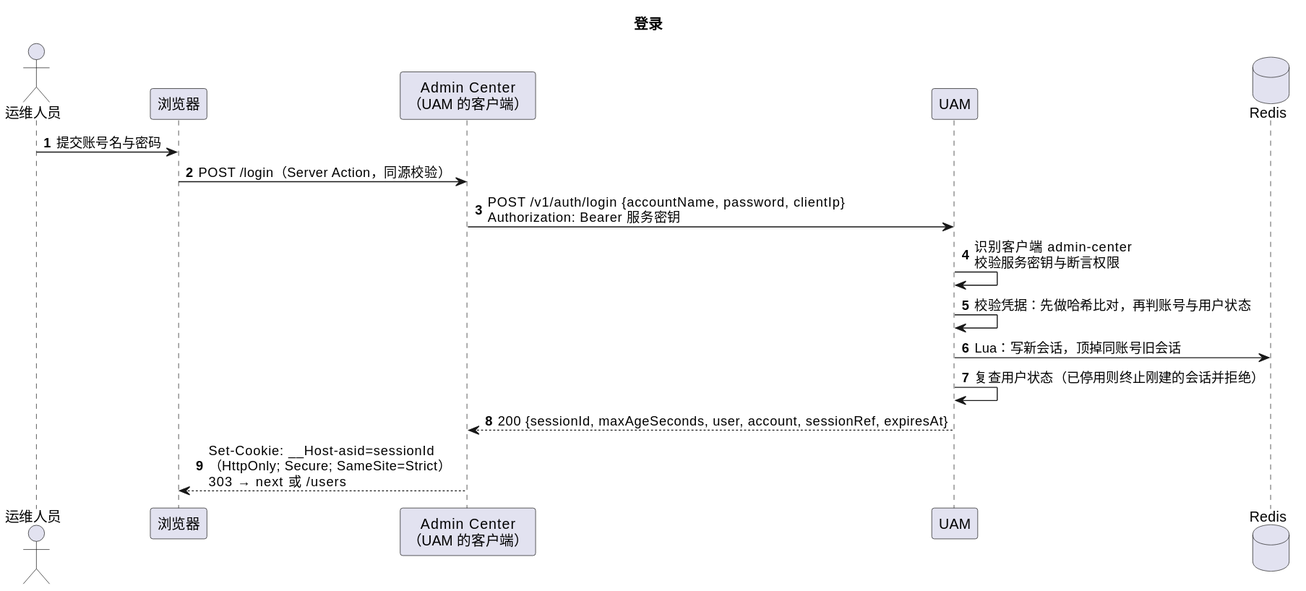
Earlier version of the PlantUML export docs/system-design/diagrams/seq-login.svg (xiayy860612/tech-toolkit).
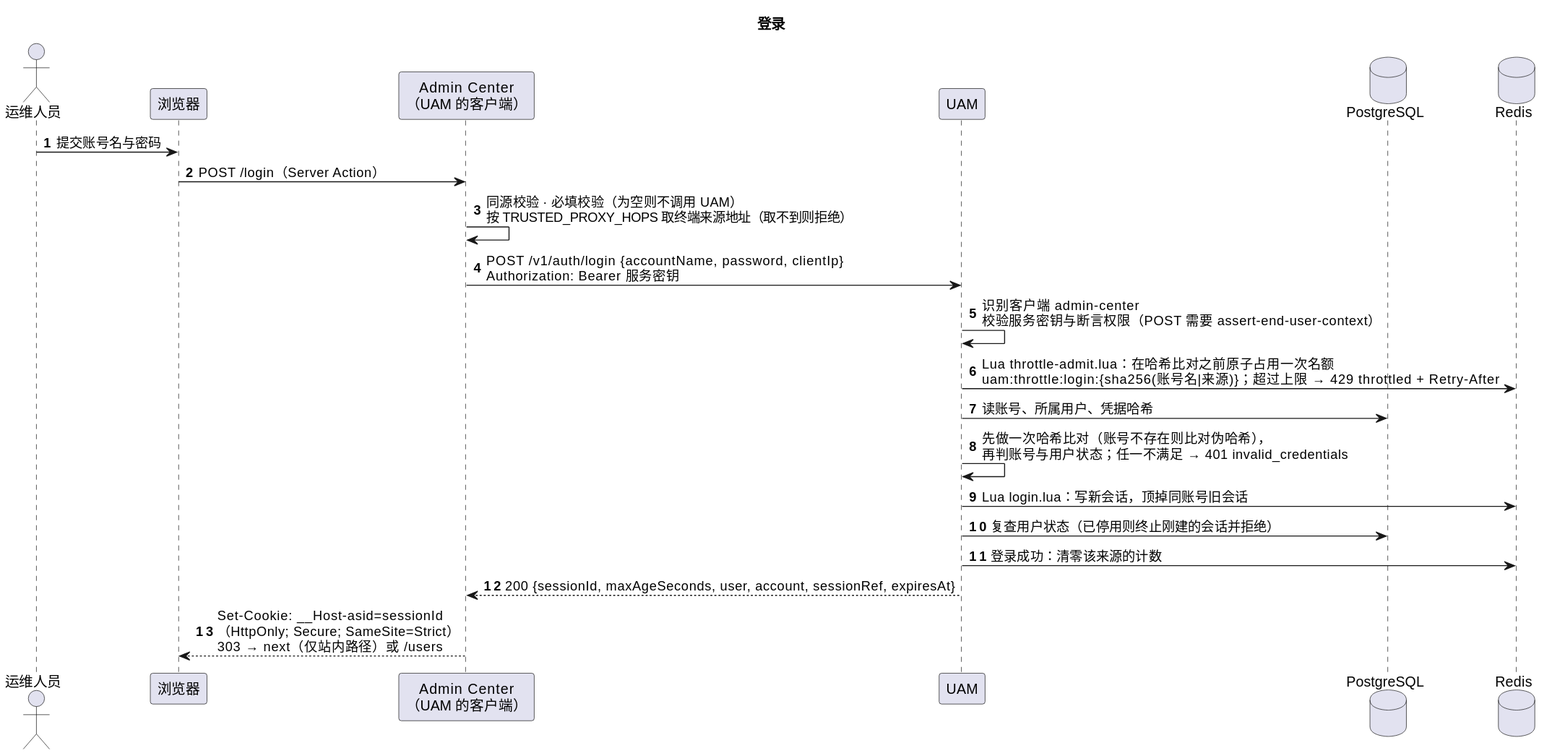
The same diagram one commit later.

Diff of the diagram source:
```diff
@@ -6,15 +6,20 @@
 participant "浏览器" as B
 participant "Admin Center\n（UAM 的客户端）" as AC
 participant "UAM" as U
+database "PostgreSQL" as P
 database "Redis" as R
 
 O -> B : 提交账号名与密码
-B -> AC : POST /login（Server Action，同源校验）
+B -> AC : POST /login（Server Action）
+AC -> AC : 同源校验 · 必填校验（为空则不调用 UAM）\n按 TRUSTED_PROXY_HOPS 取终端来源地址（取不到则拒绝）
 AC -> U : POST /v1/auth/login {accountName, password, clientIp}\nAuthorization: Bearer 服务密钥
-U -> U : 识别客户端 admin-center\n校验服务密钥与断言权限
-U -> U : 校验凭据：先做哈希比对，再判账号与用户状态
-U -> R : Lua：写新会话，顶掉同账号旧会话
-U -> U : 复查用户状态（已停用则终止刚建的会话并拒绝）
+U -> U : 识别客户端 admin-center\n校验服务密钥与断言权限（POST 需要 assert-end-user-context）
+U -> R : Lua throttle-admit.lua：在哈希比对之前原子占用一次名额\nuam:throttle:login:{sha256(账号名|来源)}；超过上限 → 429 throttled + Retry-After
+U -> P : 读账号、所属用户、凭据哈希
+U -> U : 先做一次哈希比对（账号不存在则比对伪哈希），\n再判账号与用户状态；任一不满足 → 401 invalid_credentials
+U -> R : Lua login.lua：写新会话，顶掉同账号旧会话
+U -> P : 复查用户状态（已停用则终止刚建的会话并拒绝）
+U -> R : 登录成功：清零该来源的计数
 U --> AC : 200 {sessionId, maxAgeSeconds, user, account, sessionRef, expiresAt}
-AC --> B : Set-Cookie: __Host-asid=sessionId\n（HttpOnly; Secure; SameSite=Strict）\n303 → next 或 /users
+AC --> B : Set-Cookie: __Host-asid=sessionId\n（HttpOnly; Secure; SameSite=Strict）\n303 → next（仅站内路径）或 /users
 @enduml
```
